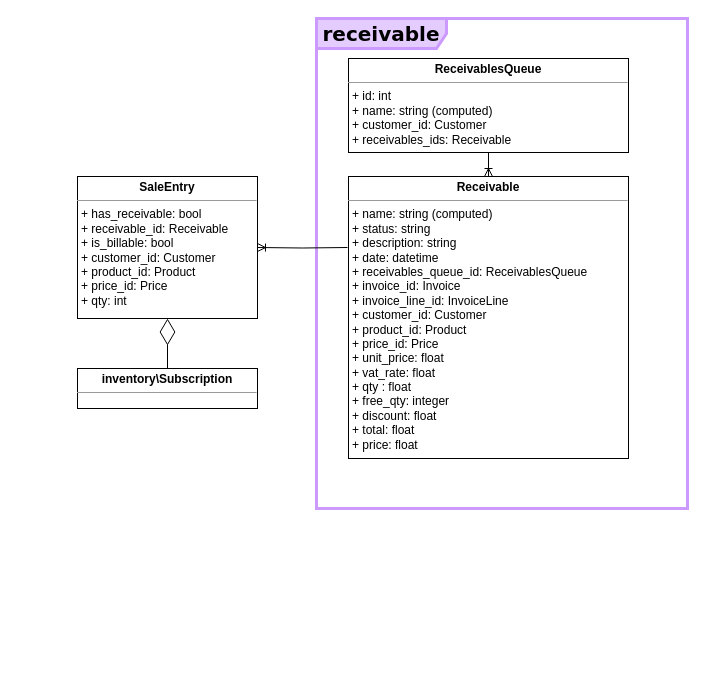
yesbabylon/symbiose-doc keeps this draw.io diagram as docs/developer-manual/uml/sale/receivable.drawio. Above is the earlier version. Source tidied: cells renumbered, new cells numbered last; positions are measured from the earlier drawing's top-left corner, leaving out a move shared by most shapes. Both pictures are drawn from the tidied source at 100%, with x=0, y=0 at pixel (77, 18).
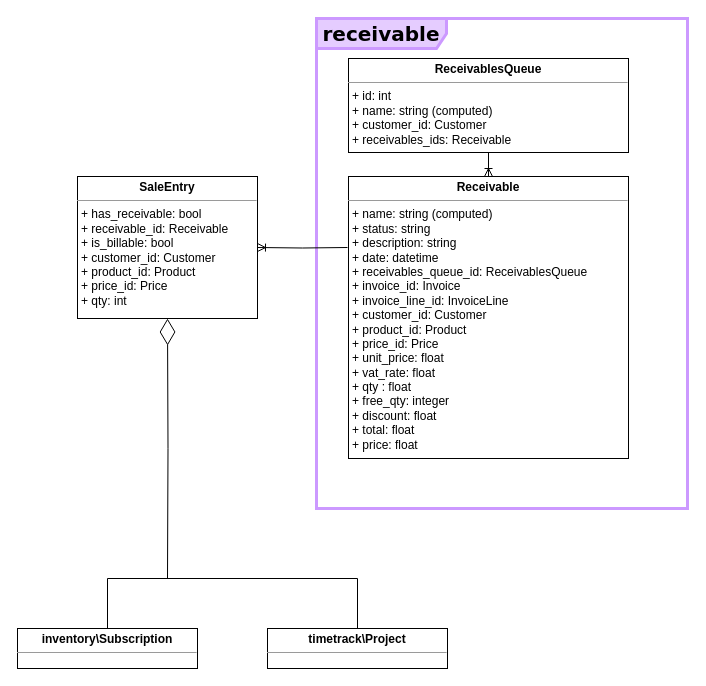
The same diagram, later.

What changed in the source:
```diff
@@
 <mxGraphModel>
   <root>
     <mxCell id="0" />
     <mxCell id="1" parent="0" />
     <mxCell id="2" value="&lt;font style=&quot;font-size: 20px;&quot;&gt;&lt;b&gt;receivable&lt;/b&gt;&lt;/font&gt;" style="shape=umlFrame;whiteSpace=wrap;html=1;rounded=0;shadow=0;comic=0;labelBackgroundColor=none;strokeWidth=3;fontFamily=Verdana;fontSize=10;align=center;width=130;height=30;fillColor=#E5CCFF;strokeColor=#CC99FF;" parent="1" vertex="1">
       <mxGeometry x="239" width="371" height="490" as="geometry" />
     </mxCell>
     <mxCell id="3" value="&lt;p style=&quot;margin: 0px ; margin-top: 4px ; text-align: center&quot;&gt;&lt;b&gt;Receivable&lt;/b&gt;&lt;/p&gt;&lt;hr size=&quot;1&quot;&gt;&lt;p style=&quot;margin: 0px ; margin-left: 4px&quot;&gt;&lt;span style=&quot;background-color: initial;&quot;&gt;+ name: string (computed)&lt;/span&gt;&lt;br&gt;&lt;/p&gt;&lt;p style=&quot;border-color: var(--border-color); margin: 0px 0px 0px 4px;&quot;&gt;+ status: string&lt;br style=&quot;border-color: var(--border-color);&quot;&gt;&lt;/p&gt;&lt;p style=&quot;border-color: var(--border-color); margin: 0px 0px 0px 4px;&quot;&gt;+ description: string&lt;br style=&quot;border-color: var(--border-color);&quot;&gt;&lt;/p&gt;&lt;p style=&quot;margin: 0px ; margin-left: 4px&quot;&gt;+ date: datetime&lt;br&gt;&lt;/p&gt;&lt;p style=&quot;margin: 0px ; margin-left: 4px&quot;&gt;+ receivables_queue_id: ReceivablesQueue&lt;br&gt;&lt;/p&gt;&lt;p style=&quot;margin: 0px 0px 0px 4px;&quot;&gt;&lt;span style=&quot;background-color: initial;&quot;&gt;+ invoice_id: Invoice&lt;/span&gt;&lt;br&gt;&lt;/p&gt;&lt;p style=&quot;margin: 0px 0px 0px 4px;&quot;&gt;+ invoice_line_id: InvoiceLine&lt;/p&gt;&lt;p style=&quot;margin: 0px 0px 0px 4px;&quot;&gt;+ customer_id: Customer&lt;/p&gt;&lt;p style=&quot;margin: 0px 0px 0px 4px;&quot;&gt;&lt;span style=&quot;background-color: initial;&quot;&gt;+ product_id: Product&lt;/span&gt;&lt;br&gt;&lt;/p&gt;&lt;p style=&quot;margin: 0px 0px 0px 4px;&quot;&gt;+ price_id: Price&lt;/p&gt;&lt;p style=&quot;margin: 0px 0px 0px 4px;&quot;&gt;+ unit_price: float&lt;/p&gt;&lt;p style=&quot;margin: 0px 0px 0px 4px;&quot;&gt;+ vat_rate: float&lt;/p&gt;&lt;p style=&quot;margin: 0px 0px 0px 4px;&quot;&gt;+ qty : float&lt;/p&gt;&lt;p style=&quot;margin: 0px 0px 0px 4px;&quot;&gt;+ free_qty: integer&lt;/p&gt;&lt;p style=&quot;margin: 0px 0px 0px 4px;&quot;&gt;+ discount: float&lt;/p&gt;&lt;p style=&quot;margin: 0px 0px 0px 4px;&quot;&gt;+ total: float&lt;/p&gt;&lt;p style=&quot;margin: 0px 0px 0px 4px;&quot;&gt;+ price: float&lt;/p&gt;&lt;p style=&quot;margin: 0px 0px 0px 4px;&quot;&gt;&lt;br&gt;&lt;/p&gt;" style="verticalAlign=top;align=left;overflow=fill;fontSize=12;fontFamily=Helvetica;html=1;rounded=0;shadow=0;comic=0;labelBackgroundColor=none;strokeWidth=1;" parent="1" vertex="1">
       <mxGeometry x="271" y="158" width="280" height="282" as="geometry" />
     </mxCell>
     <mxCell id="4" value="&lt;p style=&quot;margin: 0px ; margin-top: 4px ; text-align: center&quot;&gt;&lt;b&gt;ReceivablesQueue&lt;/b&gt;&lt;/p&gt;&lt;hr size=&quot;1&quot;&gt;&lt;p style=&quot;margin: 0px ; margin-left: 4px&quot;&gt;+ id: int&lt;/p&gt;&lt;p style=&quot;border-color: var(--border-color); margin: 0px 0px 0px 4px;&quot;&gt;+ name: string (computed)&lt;br&gt;&lt;/p&gt;&lt;p style=&quot;border-color: var(--border-color); margin: 0px 0px 0px 4px;&quot;&gt;+ customer_id: Customer&lt;/p&gt;&lt;p style=&quot;border-color: var(--border-color); margin: 0px 0px 0px 4px;&quot;&gt;&lt;span style=&quot;background-color: initial;&quot;&gt;+ receivables_ids: Receivable&lt;/span&gt;&lt;br&gt;&lt;/p&gt;&lt;p style=&quot;margin: 0px 0px 0px 4px;&quot;&gt;&lt;br&gt;&lt;/p&gt;&lt;p style=&quot;margin: 0px 0px 0px 4px;&quot;&gt;&lt;br&gt;&lt;/p&gt;&lt;p style=&quot;margin: 0px 0px 0px 4px;&quot;&gt;&lt;br&gt;&lt;/p&gt;&lt;p style=&quot;margin: 0px 0px 0px 4px;&quot;&gt;&lt;br&gt;&lt;/p&gt;&lt;p style=&quot;margin: 0px 0px 0px 4px;&quot;&gt;&lt;br&gt;&lt;/p&gt;&lt;p style=&quot;margin: 0px 0px 0px 4px;&quot;&gt;&lt;br&gt;&lt;/p&gt;&lt;p style=&quot;margin: 0px 0px 0px 4px;&quot;&gt;&lt;br&gt;&lt;/p&gt;" style="verticalAlign=top;align=left;overflow=fill;fontSize=12;fontFamily=Helvetica;html=1;rounded=0;shadow=0;comic=0;labelBackgroundColor=none;strokeWidth=1;" parent="1" vertex="1">
       <mxGeometry x="271" y="40" width="280" height="94" as="geometry" />
     </mxCell>
     <mxCell id="5" style="edgeStyle=orthogonalEdgeStyle;fontSize=12;html=1;endArrow=ERoneToMany;rounded=0;exitX=0.5;exitY=1;exitDx=0;exitDy=0;entryX=0.5;entryY=0;entryDx=0;entryDy=0;" parent="1" edge="1" source="4" target="3">
       <mxGeometry relative="1" as="geometry" />
     </mxCell>
     <mxCell id="6" value="&lt;p style=&quot;margin: 0px ; margin-top: 4px ; text-align: center&quot;&gt;&lt;b&gt;SaleEntry&lt;/b&gt;&lt;/p&gt;&lt;hr size=&quot;1&quot;&gt;&lt;p style=&quot;margin: 0px ; margin-left: 4px&quot;&gt;&lt;span style=&quot;background-color: initial;&quot;&gt;+ has_receivable: bool&lt;/span&gt;&lt;br&gt;&lt;/p&gt;&lt;p style=&quot;border-color: var(--border-color); margin: 0px 0px 0px 4px;&quot;&gt;&lt;span style=&quot;background-color: initial;&quot;&gt;+ receivable_id: Receivable&lt;/span&gt;&lt;br&gt;&lt;/p&gt;&lt;p style=&quot;border-color: var(--border-color); margin: 0px 0px 0px 4px;&quot;&gt;&lt;span style=&quot;background-color: initial;&quot;&gt;+ is_billable: bool&lt;/span&gt;&lt;/p&gt;&lt;p style=&quot;border-color: var(--border-color); margin: 0px 0px 0px 4px;&quot;&gt;&lt;span style=&quot;background-color: initial;&quot;&gt;+ customer_id: Customer&lt;/span&gt;&lt;/p&gt;&lt;p style=&quot;border-color: var(--border-color); margin: 0px 0px 0px 4px;&quot;&gt;&lt;span style=&quot;background-color: initial;&quot;&gt;+ product_id: Product&lt;/span&gt;&lt;/p&gt;&lt;p style=&quot;border-color: var(--border-color); margin: 0px 0px 0px 4px;&quot;&gt;&lt;span style=&quot;background-color: initial;&quot;&gt;+ price_id: Price&lt;/span&gt;&lt;/p&gt;&lt;p style=&quot;border-color: var(--border-color); margin: 0px 0px 0px 4px;&quot;&gt;&lt;span style=&quot;background-color: initial;&quot;&gt;+ qty: int&lt;/span&gt;&lt;/p&gt;&lt;p style=&quot;border-color: var(--border-color); margin: 0px 0px 0px 4px;&quot;&gt;&lt;span style=&quot;background-color: initial;&quot;&gt;&lt;br&gt;&lt;/span&gt;&lt;/p&gt;&lt;p style=&quot;margin: 0px 0px 0px 4px;&quot;&gt;&lt;br&gt;&lt;/p&gt;&lt;p style=&quot;margin: 0px 0px 0px 4px;&quot;&gt;&lt;br&gt;&lt;/p&gt;&lt;p style=&quot;margin: 0px 0px 0px 4px;&quot;&gt;&lt;br&gt;&lt;/p&gt;&lt;p style=&quot;margin: 0px 0px 0px 4px;&quot;&gt;&lt;br&gt;&lt;/p&gt;&lt;p style=&quot;margin: 0px 0px 0px 4px;&quot;&gt;&lt;br&gt;&lt;/p&gt;" style="verticalAlign=top;align=left;overflow=fill;fontSize=12;fontFamily=Helvetica;html=1;rounded=0;shadow=0;comic=0;labelBackgroundColor=none;strokeWidth=1;" parent="1" vertex="1">
       <mxGeometry y="158" width="180" height="142" as="geometry" />
     </mxCell>
     <mxCell id="7" style="edgeStyle=orthogonalEdgeStyle;fontSize=12;html=1;endArrow=ERoneToMany;rounded=0;entryX=1;entryY=0.5;entryDx=0;entryDy=0;" parent="1" edge="1" target="6">
       <mxGeometry relative="1" as="geometry">
         <mxPoint x="270" y="229" as="sourcePoint" />
       </mxGeometry>
     </mxCell>
-    <mxCell id="8" style="endArrow=diamondThin;endFill=0;endSize=24;html=1;rounded=0;edgeStyle=orthogonalEdgeStyle;entryX=0.5;entryY=1;entryDx=0;entryDy=0;" parent="1" edge="1" source="9" target="6">
-      <mxGeometry relative="1" as="geometry" />
+    <mxCell id="8" style="endArrow=diamondThin;endFill=0;endSize=24;html=1;rounded=0;edgeStyle=orthogonalEdgeStyle;entryX=0.5;entryY=1;entryDx=0;entryDy=0;" parent="1" edge="1" target="6">
+      <mxGeometry relative="1" as="geometry">
+        <mxPoint x="90" y="560" as="sourcePoint" />
+      </mxGeometry>
     </mxCell>
     <mxCell id="9" value="&lt;p style=&quot;margin: 0px ; margin-top: 4px ; text-align: center&quot;&gt;&lt;b&gt;inventory\Subscription&lt;/b&gt;&lt;/p&gt;&lt;hr size=&quot;1&quot;&gt;&lt;p style=&quot;margin: 0px ; margin-left: 4px&quot;&gt;&lt;br&gt;&lt;/p&gt;" style="verticalAlign=top;align=left;overflow=fill;fontSize=12;fontFamily=Helvetica;html=1;rounded=0;shadow=0;comic=0;labelBackgroundColor=none;strokeWidth=1;" parent="1" vertex="1">
-      <mxGeometry y="350" width="180" height="40" as="geometry" />
+      <mxGeometry x="-60" y="610" width="180" height="40" as="geometry" />
     </mxCell>
+    <mxCell id="10" value="&lt;p style=&quot;margin: 0px ; margin-top: 4px ; text-align: center&quot;&gt;&lt;b&gt;timetrack\Project&lt;/b&gt;&lt;br&gt;&lt;/p&gt;&lt;hr size=&quot;1&quot;&gt;&lt;p style=&quot;margin: 0px ; margin-left: 4px&quot;&gt;&lt;br&gt;&lt;/p&gt;" style="verticalAlign=top;align=left;overflow=fill;fontSize=12;fontFamily=Helvetica;html=1;rounded=0;shadow=0;comic=0;labelBackgroundColor=none;strokeWidth=1;" parent="1" vertex="1">
+      <mxGeometry x="190" y="610" width="180" height="40" as="geometry" />
+    </mxCell>
+    <mxCell id="11" style="endArrow=none;html=1;rounded=0;exitX=0.5;exitY=0;exitDx=0;exitDy=0;" parent="1" edge="1" source="9">
+      <mxGeometry relative="1" as="geometry">
+        <mxPoint x="30" y="560" as="targetPoint" />
+      </mxGeometry>
+    </mxCell>
+    <mxCell id="12" style="endArrow=none;html=1;rounded=0;exitX=0.5;exitY=0;exitDx=0;exitDy=0;" parent="1" edge="1" source="10">
+      <mxGeometry relative="1" as="geometry">
+        <mxPoint x="280" y="560" as="targetPoint" />
+      </mxGeometry>
+    </mxCell>
+    <mxCell id="13" style="endArrow=none;html=1;rounded=0;" parent="1" edge="1">
+      <mxGeometry relative="1" as="geometry">
+        <mxPoint x="30" y="560" as="sourcePoint" />
+        <mxPoint x="280" y="560" as="targetPoint" />
+      </mxGeometry>
+    </mxCell>
   </root>
 </mxGraphModel>
```
